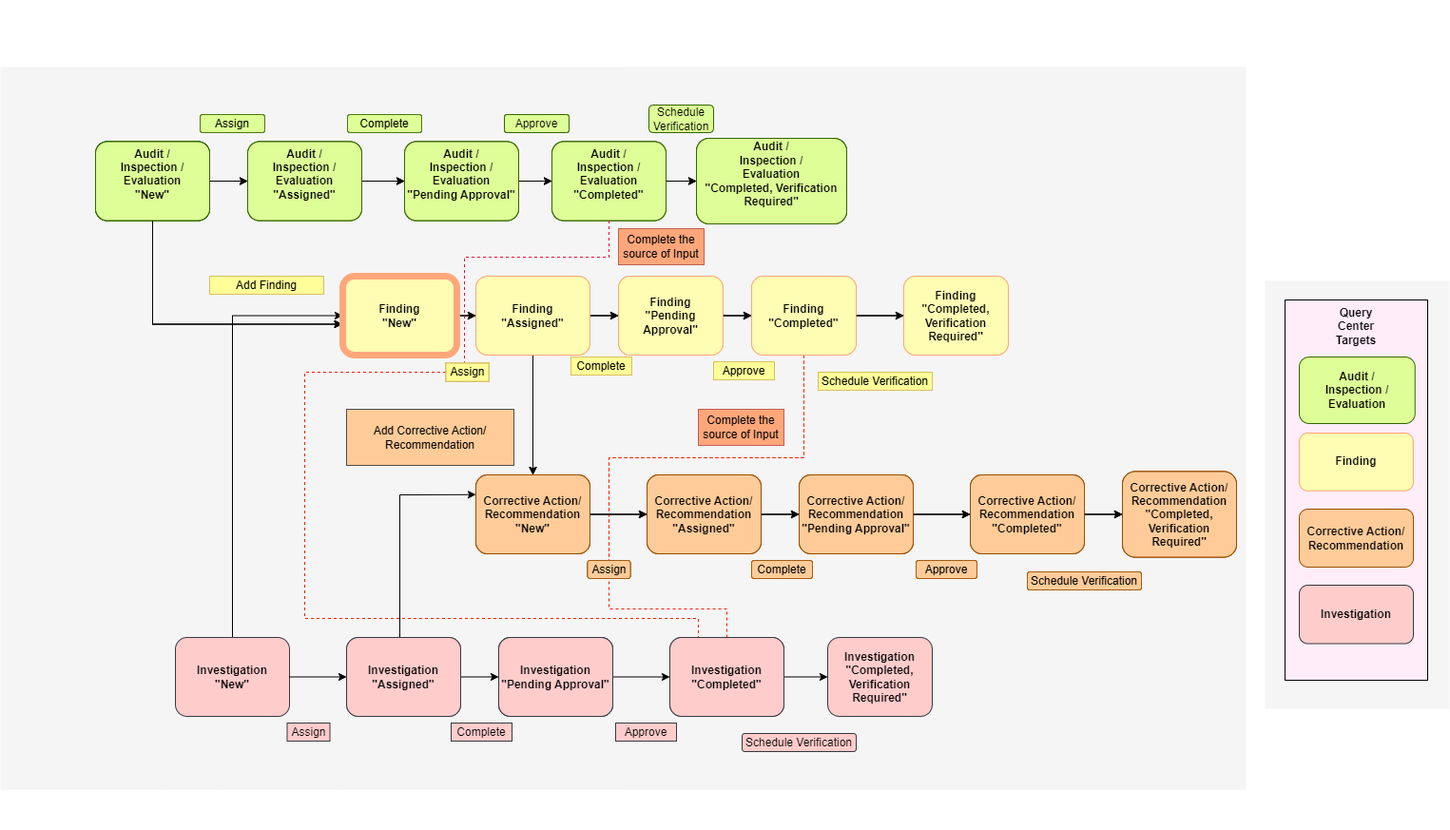
Before: public/images/SA_Workflow/Finding_New.png, a diagram exported from draw.io (ShaliniR8/FAST). Source tidied: cells renumbered, new cells last; positions are measured from the earlier drawing's top-left corner, leaving out a move shared by most shapes.
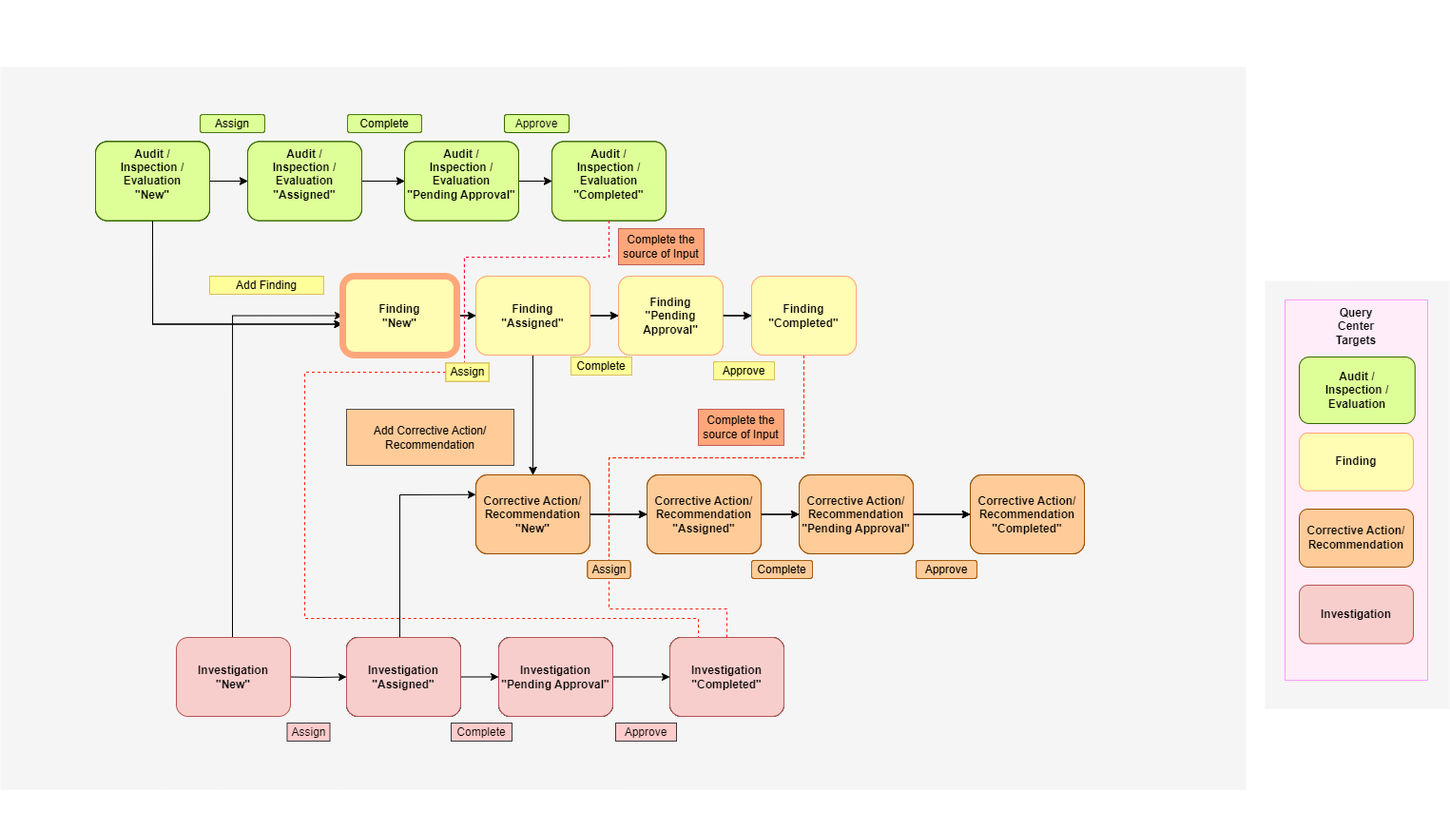
The same file after the commit.

What changed in the source:
```diff
@@ -156,14 +156,13 @@
         </Array>
       </mxGeometry>
     </mxCell>
-    <mxCell id="49" value="&lt;b&gt;Investigation&lt;br&gt;&quot;New&quot;&lt;br&gt;&lt;/b&gt;" style="rounded=1;whiteSpace=wrap;html=1;fillColor=#ffcccc;strokeColor=#36393D;strokeWidth=1;" parent="3" vertex="1">
-      <mxGeometry x="94" y="550" width="120" height="83" as="geometry" />
-    </mxCell>
     <mxCell id="50" value="&lt;b style=&quot;border-color: var(--border-color);&quot;&gt;Investigation&lt;/b&gt;&lt;b&gt;&lt;br&gt;&quot;Assigned&quot;&lt;br&gt;&lt;/b&gt;" style="rounded=1;whiteSpace=wrap;html=1;fillColor=#ffcccc;strokeColor=#36393d;opacity=50;" parent="3" vertex="1">
       <mxGeometry x="274" y="550" width="120" height="83" as="geometry" />
     </mxCell>
-    <mxCell id="51" style="edgeStyle=orthogonalEdgeStyle;rounded=0;jettySize=auto;html=1;exitX=1;exitY=0.5;exitDx=0;exitDy=0;entryX=0;entryY=0.5;entryDx=0;entryDy=0;" parent="3" edge="1" source="49" target="50">
-      <mxGeometry relative="1" as="geometry" />
+    <mxCell id="51" style="edgeStyle=orthogonalEdgeStyle;rounded=0;jettySize=auto;html=1;exitX=1;exitY=0.5;exitDx=0;exitDy=0;entryX=0;entryY=0.5;entryDx=0;entryDy=0;" parent="3" edge="1" target="50">
+      <mxGeometry relative="1" as="geometry">
+        <mxPoint x="214" y="591.5" as="sourcePoint" />
+      </mxGeometry>
     </mxCell>
     <mxCell id="52" value="&lt;b style=&quot;border-color: var(--border-color);&quot;&gt;Investigation&lt;/b&gt;&lt;b&gt;&lt;br&gt;&quot;Pending Approval&quot;&lt;br&gt;&lt;/b&gt;" style="rounded=1;whiteSpace=wrap;html=1;fillColor=#ffcccc;strokeColor=#36393d;" parent="3" vertex="1">
       <mxGeometry x="434" y="550" width="120" height="83" as="geometry" />
@@ -350,30 +349,6 @@
         </Array>
       </mxGeometry>
     </mxCell>
-    <mxCell id="105" value="&lt;b&gt;Audit /&lt;br&gt;Inspection /&lt;br&gt;Evaluation&lt;br&gt;&quot;Completed, Verification Required&quot;&lt;br&gt;&lt;br&gt;&lt;/b&gt;" style="rounded=1;whiteSpace=wrap;html=1;fillColor=#DEFF97;strokeColor=#336600;" parent="3" vertex="1">
-      <mxGeometry x="642" y="25" width="158" height="90" as="geometry" />
-    </mxCell>
-    <mxCell id="106" style="edgeStyle=orthogonalEdgeStyle;rounded=0;jettySize=auto;html=1;" parent="3" edge="1" source="74" target="105">
-      <mxGeometry relative="1" as="geometry" />
-    </mxCell>
-    <mxCell id="107" value="&lt;b&gt;Finding&lt;br&gt;&quot;Completed, Verification Required&quot;&lt;br&gt;&lt;/b&gt;" style="rounded=1;whiteSpace=wrap;html=1;fillColor=#FFFCB3;strokeColor=#FFCC99;" parent="3" vertex="1">
-      <mxGeometry x="860" y="170" width="110" height="83" as="geometry" />
-    </mxCell>
-    <mxCell id="108" value="Schedule Verification" style="rounded=0;whiteSpace=wrap;html=1;fillColor=#FFFF99;strokeColor=#d6b656;" parent="3" vertex="1">
-      <mxGeometry x="770" y="271" width="120" height="19" as="geometry" />
-    </mxCell>
-    <mxCell id="109" style="edgeStyle=orthogonalEdgeStyle;rounded=0;jettySize=auto;html=1;" parent="3" edge="1" source="83" target="107">
-      <mxGeometry relative="1" as="geometry" />
-    </mxCell>
-    <mxCell id="110" value="&lt;b style=&quot;border-color: var(--border-color);&quot;&gt;Corrective Action/&lt;br style=&quot;border-color: var(--border-color);&quot;&gt;Recommendation&lt;/b&gt;&lt;b&gt;&lt;br&gt;&quot;Completed, Verification Required&quot;&lt;br&gt;&lt;/b&gt;" style="rounded=1;whiteSpace=wrap;html=1;fillColor=#ffcc99;strokeColor=#994C00;" parent="3" vertex="1">
-      <mxGeometry x="1090" y="375.5" width="120" height="90" as="geometry" />
-    </mxCell>
-    <mxCell id="111" value="Schedule Verification" style="rounded=1;whiteSpace=wrap;html=1;fillColor=#ffcc99;strokeColor=#994C00;" parent="3" vertex="1">
-      <mxGeometry x="990" y="481" width="120" height="19" as="geometry" />
-    </mxCell>
-    <mxCell id="112" style="edgeStyle=orthogonalEdgeStyle;rounded=0;jettySize=auto;html=1;" parent="3" edge="1" source="96" target="110">
-      <mxGeometry relative="1" as="geometry" />
-    </mxCell>
     <mxCell id="113" value="&lt;b&gt;Finding&lt;br&gt;&quot;New&quot;&lt;br&gt;&lt;/b&gt;" style="rounded=1;whiteSpace=wrap;html=1;fillColor=#FFFCB3;strokeColor=#FFCC99;" parent="3" vertex="1">
       <mxGeometry x="270" y="170" width="120" height="83" as="geometry" />
     </mxCell>
@@ -392,7 +367,7 @@
     <mxCell id="118" style="rounded=0;whiteSpace=wrap;html=1;fillColor=#F5F5F5;strokeColor=none;" parent="117" vertex="1">
       <mxGeometry x="1270" y="295" width="194" height="450" as="geometry" />
     </mxCell>
-    <mxCell id="119" style="rounded=0;whiteSpace=wrap;html=1;fillColor=#FFEDFA;" parent="117" vertex="1">
+    <mxCell id="119" style="rounded=0;whiteSpace=wrap;html=1;fillColor=#FFEDFA;strokeColor=#FF99FF;strokeWidth=1;" parent="117" vertex="1">
       <mxGeometry x="1291" y="315" width="150" height="400" as="geometry" />
     </mxCell>
     <mxCell id="120" value="&lt;b style=&quot;border-color: var(--border-color);&quot;&gt;Audit /&lt;br style=&quot;border-color: var(--border-color);&quot;&gt;Inspection /&lt;br style=&quot;border-color: var(--border-color);&quot;&gt;Evaluation&lt;/b&gt;&lt;b&gt;&lt;br&gt;&lt;/b&gt;" style="rounded=1;whiteSpace=wrap;html=1;fillColor=#DEFF97;strokeColor=#336600;verticalAlign=middle;gradientColor=none;strokeWidth=1;shadow=0;glass=0;" parent="117" vertex="1">
@@ -404,7 +379,7 @@
     <mxCell id="122" value="&lt;b style=&quot;border-color: var(--border-color);&quot;&gt;Corrective Action/&lt;br style=&quot;border-color: var(--border-color);&quot;&gt;Recommendation&lt;/b&gt;&lt;b&gt;&lt;br&gt;&lt;/b&gt;" style="rounded=1;whiteSpace=wrap;html=1;fillColor=#ffcc99;strokeColor=#994C00;strokeWidth=1;" parent="117" vertex="1">
       <mxGeometry x="1306" y="535" width="120" height="61" as="geometry" />
     </mxCell>
-    <mxCell id="123" value="&lt;b style=&quot;border-color: var(--border-color);&quot;&gt;Investigation&lt;/b&gt;&lt;b&gt;&lt;br&gt;&lt;/b&gt;" style="rounded=1;whiteSpace=wrap;html=1;fillColor=#ffcccc;strokeColor=#36393d;strokeWidth=1;" parent="117" vertex="1">
+    <mxCell id="123" value="&lt;b style=&quot;border-color: var(--border-color);&quot;&gt;Investigation&lt;/b&gt;&lt;b&gt;&lt;br&gt;&lt;/b&gt;" style="rounded=1;whiteSpace=wrap;html=1;fillColor=#f8cecc;strokeColor=#b85450;strokeWidth=1;" parent="117" vertex="1">
       <mxGeometry x="1306" y="615" width="120" height="61.5" as="geometry" />
     </mxCell>
     <mxCell id="124" value="&lt;b&gt;Query Center&lt;br&gt;Targets&lt;br&gt;&lt;/b&gt;" style="text;html=1;strokeColor=none;fillColor=none;align=center;verticalAlign=middle;whiteSpace=wrap;rounded=0;" parent="117" vertex="1">
@@ -419,42 +394,6 @@
         </Array>
       </mxGeometry>
     </mxCell>
-    <mxCell id="126" value="&lt;b&gt;Audit /&lt;br&gt;Inspection /&lt;br&gt;Evaluation&lt;br&gt;&quot;Completed, Verification Required&quot;&lt;br&gt;&lt;br&gt;&lt;/b&gt;" style="rounded=1;whiteSpace=wrap;html=1;fillColor=#DEFF97;strokeColor=#336600;" parent="1" vertex="1">
-      <mxGeometry x="732" y="145" width="158" height="90" as="geometry" />
-    </mxCell>
-    <mxCell id="127" value="Schedule Verification" style="rounded=1;whiteSpace=wrap;html=1;fillColor=#DEFF97;strokeColor=#336600;" parent="1" vertex="1">
-      <mxGeometry x="682" y="110" width="68" height="29" as="geometry" />
-    </mxCell>
-    <mxCell id="128" style="edgeStyle=orthogonalEdgeStyle;rounded=0;jettySize=auto;html=1;" parent="1" edge="1" source="16" target="126">
-      <mxGeometry relative="1" as="geometry" />
-    </mxCell>
-    <mxCell id="129" value="&lt;b&gt;Finding&lt;br&gt;&quot;Completed, Verification Required&quot;&lt;br&gt;&lt;/b&gt;" style="rounded=1;whiteSpace=wrap;html=1;fillColor=#FFFCB3;strokeColor=#FFCC99;" parent="1" vertex="1">
-      <mxGeometry x="950" y="290" width="110" height="83" as="geometry" />
-    </mxCell>
-    <mxCell id="130" value="Schedule Verification" style="rounded=0;whiteSpace=wrap;html=1;fillColor=#FFFF99;strokeColor=#d6b656;" parent="1" vertex="1">
-      <mxGeometry x="860" y="391" width="120" height="19" as="geometry" />
-    </mxCell>
-    <mxCell id="131" style="edgeStyle=orthogonalEdgeStyle;rounded=0;jettySize=auto;html=1;" parent="1" edge="1" source="27" target="129">
-      <mxGeometry relative="1" as="geometry" />
-    </mxCell>
-    <mxCell id="132" value="&lt;b style=&quot;border-color: var(--border-color);&quot;&gt;Corrective Action/&lt;br style=&quot;border-color: var(--border-color);&quot;&gt;Recommendation&lt;/b&gt;&lt;b&gt;&lt;br&gt;&quot;Completed, Verification Required&quot;&lt;br&gt;&lt;/b&gt;" style="rounded=1;whiteSpace=wrap;html=1;fillColor=#ffcc99;strokeColor=#994C00;" parent="1" vertex="1">
-      <mxGeometry x="1180" y="495.5" width="120" height="90" as="geometry" />
-    </mxCell>
-    <mxCell id="133" value="Schedule Verification" style="rounded=1;whiteSpace=wrap;html=1;fillColor=#ffcc99;strokeColor=#994C00;" parent="1" vertex="1">
-      <mxGeometry x="1080" y="601" width="120" height="19" as="geometry" />
-    </mxCell>
-    <mxCell id="134" style="edgeStyle=orthogonalEdgeStyle;rounded=0;jettySize=auto;html=1;" parent="1" edge="1" source="41" target="132">
-      <mxGeometry relative="1" as="geometry" />
-    </mxCell>
-    <mxCell id="135" value="&lt;b&gt;Investigation&lt;br&gt;&quot;Completed, Verification Required&quot;&lt;br&gt;&lt;/b&gt;" style="rounded=1;whiteSpace=wrap;html=1;fillColor=#ffcccc;strokeColor=#36393d;strokeWidth=1;" parent="1" vertex="1">
-      <mxGeometry x="870" y="670" width="110" height="83" as="geometry" />
-    </mxCell>
-    <mxCell id="136" value="Schedule Verification" style="rounded=1;whiteSpace=wrap;html=1;fillColor=#ffcccc;strokeColor=#36393d;" parent="1" vertex="1">
-      <mxGeometry x="780" y="771" width="120" height="19" as="geometry" />
-    </mxCell>
-    <mxCell id="137" style="edgeStyle=orthogonalEdgeStyle;rounded=0;jettySize=auto;html=1;" parent="1" edge="1" source="54" target="135">
-      <mxGeometry relative="1" as="geometry" />
-    </mxCell>
     <mxCell id="138" style="group;opacity=50;" parent="1" vertex="1">
       <mxGeometry x="100" y="120" width="120" height="120" as="geometry" />
     </mxCell>
@@ -596,30 +535,6 @@
         </Array>
       </mxGeometry>
     </mxCell>
-    <mxCell id="181" value="&lt;b&gt;Audit /&lt;br&gt;Inspection /&lt;br&gt;Evaluation&lt;br&gt;&quot;Completed, Verification Required&quot;&lt;br&gt;&lt;br&gt;&lt;/b&gt;" style="rounded=1;whiteSpace=wrap;html=1;fillColor=#DEFF97;strokeColor=#336600;strokeWidth=1;shadow=0;glass=0;" parent="1" vertex="1">
-      <mxGeometry x="732" y="145" width="158" height="90" as="geometry" />
-    </mxCell>
-    <mxCell id="182" style="edgeStyle=orthogonalEdgeStyle;rounded=0;jettySize=auto;html=1;opacity=50;" parent="1" edge="1" source="150" target="181">
-      <mxGeometry relative="1" as="geometry" />
-    </mxCell>
-    <mxCell id="183" value="&lt;b&gt;Finding&lt;br&gt;&quot;Completed, Verification Required&quot;&lt;br&gt;&lt;/b&gt;" style="rounded=1;whiteSpace=wrap;html=1;fillColor=#FFFCB3;strokeColor=#FFA77A;strokeWidth=1;" parent="1" vertex="1">
-      <mxGeometry x="950" y="290" width="110" height="83" as="geometry" />
-    </mxCell>
-    <mxCell id="184" value="Schedule Verification" style="rounded=0;whiteSpace=wrap;html=1;fillColor=#FFFF99;strokeColor=#d6b656;opacity=50;" parent="1" vertex="1">
-      <mxGeometry x="860" y="391" width="120" height="19" as="geometry" />
-    </mxCell>
-    <mxCell id="185" style="edgeStyle=orthogonalEdgeStyle;rounded=0;jettySize=auto;html=1;opacity=50;" parent="1" edge="1" source="159" target="183">
-      <mxGeometry relative="1" as="geometry" />
-    </mxCell>
-    <mxCell id="186" value="&lt;b style=&quot;border-color: var(--border-color);&quot;&gt;Corrective Action/&lt;br style=&quot;border-color: var(--border-color);&quot;&gt;Recommendation&lt;/b&gt;&lt;b&gt;&lt;br&gt;&quot;Completed, Verification Required&quot;&lt;br&gt;&lt;/b&gt;" style="rounded=1;whiteSpace=wrap;html=1;fillColor=#ffcc99;strokeColor=#994C00;strokeWidth=1;" parent="1" vertex="1">
-      <mxGeometry x="1180" y="495.5" width="120" height="90" as="geometry" />
-    </mxCell>
-    <mxCell id="187" value="Schedule Verification" style="rounded=1;whiteSpace=wrap;html=1;fillColor=#ffcc99;strokeColor=#994C00;opacity=50;" parent="1" vertex="1">
-      <mxGeometry x="1080" y="601" width="120" height="19" as="geometry" />
-    </mxCell>
-    <mxCell id="188" style="edgeStyle=orthogonalEdgeStyle;rounded=0;jettySize=auto;html=1;opacity=50;" parent="1" edge="1" source="172" target="186">
-      <mxGeometry relative="1" as="geometry" />
-    </mxCell>
     <mxCell id="189" value="&lt;b&gt;Finding&lt;br&gt;&quot;New&quot;&lt;br&gt;&lt;/b&gt;" style="rounded=1;whiteSpace=wrap;html=1;fillColor=#FFFCB3;strokeColor=#FFA77A;strokeWidth=7;" parent="1" vertex="1">
       <mxGeometry x="360" y="290" width="120" height="83" as="geometry" />
     </mxCell>
@@ -635,5 +550,29 @@
     <mxCell id="193" value="&lt;b style=&quot;border-color: var(--border-color);&quot;&gt;Investigation&lt;/b&gt;&lt;b&gt;&lt;br&gt;&quot;Completed&quot;&lt;br&gt;&lt;/b&gt;" style="rounded=1;whiteSpace=wrap;html=1;fillColor=#ffcccc;strokeColor=#36393d;strokeWidth=1;" parent="1" vertex="1">
       <mxGeometry x="704" y="670" width="120" height="83" as="geometry" />
     </mxCell>
+    <mxCell id="194" value="&lt;b style=&quot;border-color: var(--border-color);&quot;&gt;Investigation&lt;/b&gt;&lt;b&gt;&lt;br&gt;&quot;Assigned&quot;&lt;br&gt;&lt;/b&gt;" style="rounded=1;whiteSpace=wrap;html=1;fillColor=#ffcccc;strokeColor=#36393D;strokeWidth=1;" parent="1" vertex="1">
+      <mxGeometry x="364" y="670" width="120" height="83" as="geometry" />
+    </mxCell>
+    <mxCell id="195" value="&lt;b style=&quot;border-color: var(--border-color);&quot;&gt;Investigation&lt;/b&gt;&lt;b&gt;&lt;br&gt;&quot;Assigned&quot;&lt;br&gt;&lt;/b&gt;" style="rounded=1;whiteSpace=wrap;html=1;fillColor=#ffcccc;strokeColor=#36393D;strokeWidth=1;" parent="1" vertex="1">
+      <mxGeometry x="364" y="670" width="120" height="83" as="geometry" />
+    </mxCell>
+    <mxCell id="196" value="&lt;b style=&quot;border-color: var(--border-color);&quot;&gt;Investigation&lt;/b&gt;&lt;b&gt;&lt;br&gt;&quot;Pending Approval&quot;&lt;br&gt;&lt;/b&gt;" style="rounded=1;whiteSpace=wrap;html=1;fillColor=#ffcccc;strokeColor=#36393d;strokeWidth=1;" parent="1" vertex="1">
+      <mxGeometry x="524" y="670" width="120" height="83" as="geometry" />
+    </mxCell>
+    <mxCell id="197" value="&lt;b style=&quot;border-color: var(--border-color);&quot;&gt;Investigation&lt;/b&gt;&lt;b&gt;&lt;br&gt;&quot;Completed&quot;&lt;br&gt;&lt;/b&gt;" style="rounded=1;whiteSpace=wrap;html=1;fillColor=#ffcccc;strokeColor=#36393d;strokeWidth=1;" parent="1" vertex="1">
+      <mxGeometry x="704" y="670" width="120" height="83" as="geometry" />
+    </mxCell>
+    <mxCell id="198" value="&lt;b style=&quot;border-color: var(--border-color);&quot;&gt;Investigation&lt;/b&gt;&lt;b&gt;&lt;br&gt;&quot;Assigned&quot;&lt;br&gt;&lt;/b&gt;" style="rounded=1;whiteSpace=wrap;html=1;fillColor=#f8cecc;strokeColor=#b85450;strokeWidth=1;" parent="1" vertex="1">
+      <mxGeometry x="364" y="670" width="120" height="83" as="geometry" />
+    </mxCell>
+    <mxCell id="199" value="&lt;b style=&quot;border-color: var(--border-color);&quot;&gt;Investigation&lt;/b&gt;&lt;b&gt;&lt;br&gt;&quot;Pending Approval&quot;&lt;br&gt;&lt;/b&gt;" style="rounded=1;whiteSpace=wrap;html=1;fillColor=#f8cecc;strokeColor=#b85450;strokeWidth=1;" parent="1" vertex="1">
+      <mxGeometry x="524" y="670" width="120" height="83" as="geometry" />
+    </mxCell>
+    <mxCell id="200" value="&lt;b style=&quot;border-color: var(--border-color);&quot;&gt;Investigation&lt;/b&gt;&lt;b&gt;&lt;br&gt;&quot;Completed&quot;&lt;br&gt;&lt;/b&gt;" style="rounded=1;whiteSpace=wrap;html=1;fillColor=#f8cecc;strokeColor=#b85450;strokeWidth=1;" parent="1" vertex="1">
+      <mxGeometry x="704" y="670" width="120" height="83" as="geometry" />
+    </mxCell>
+    <mxCell id="49" value="&lt;b style=&quot;border-color: var(--border-color);&quot;&gt;Investigation&lt;/b&gt;&lt;b&gt;&lt;br&gt;&quot;New&quot;&lt;br&gt;&lt;/b&gt;" style="rounded=1;whiteSpace=wrap;html=1;fillColor=#f8cecc;strokeColor=#b85450;strokeWidth=1;" parent="1" vertex="1">
+      <mxGeometry x="185" y="670" width="120" height="83" as="geometry" />
+    </mxCell>
   </root>
 </mxGraphModel>
```
